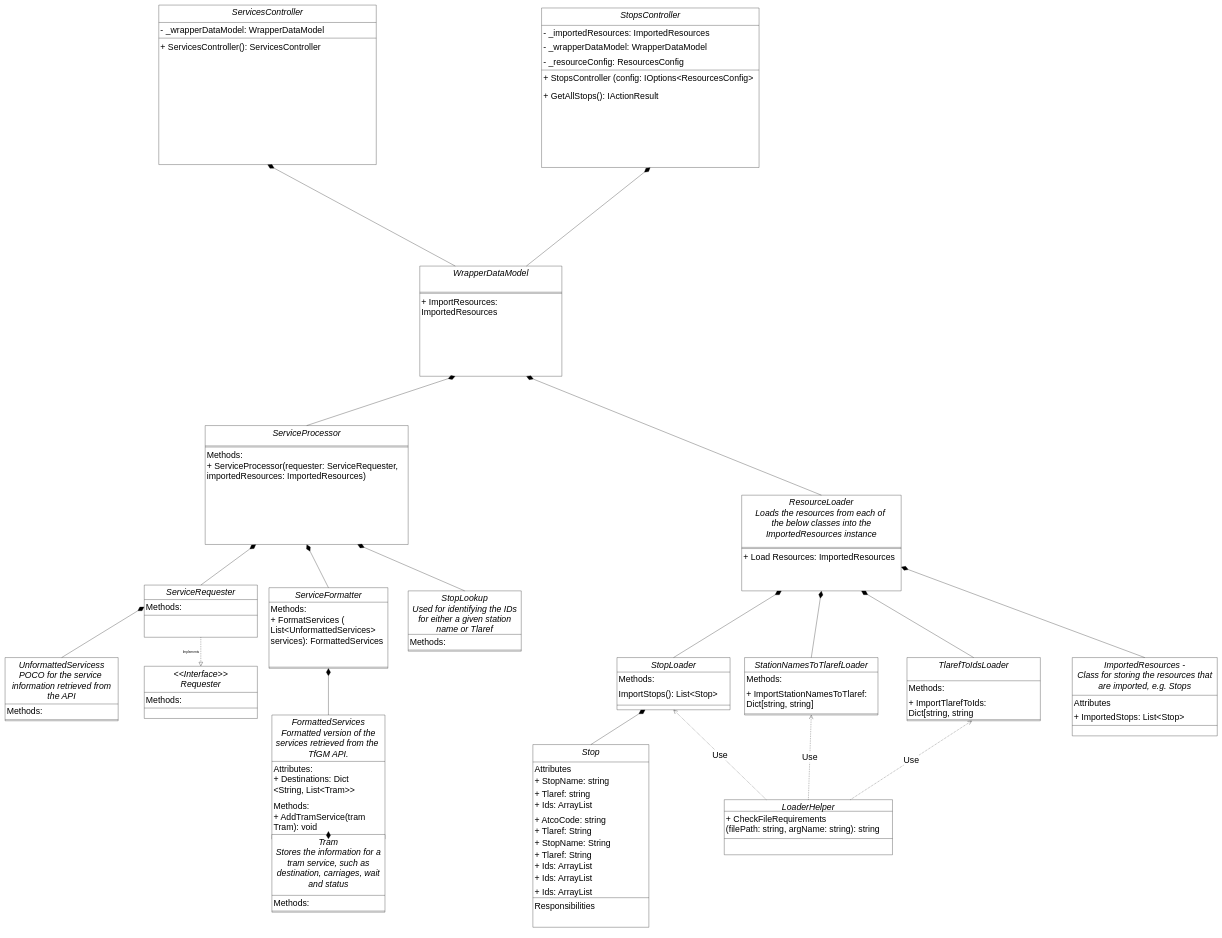
Above: Documentation/TfGM-API-Wrapper.drawio in dave-t-c/TfGM-API-Wrapper (draw.io), before the change. Source tidied: cells renumbered, new cells numbered last; positions are measured from the earlier drawing's top-left corner, leaving out a move shared by most shapes. Both pictures are drawn from the tidied source at 29%, with x=0, y=0 at pixel (5, 5).
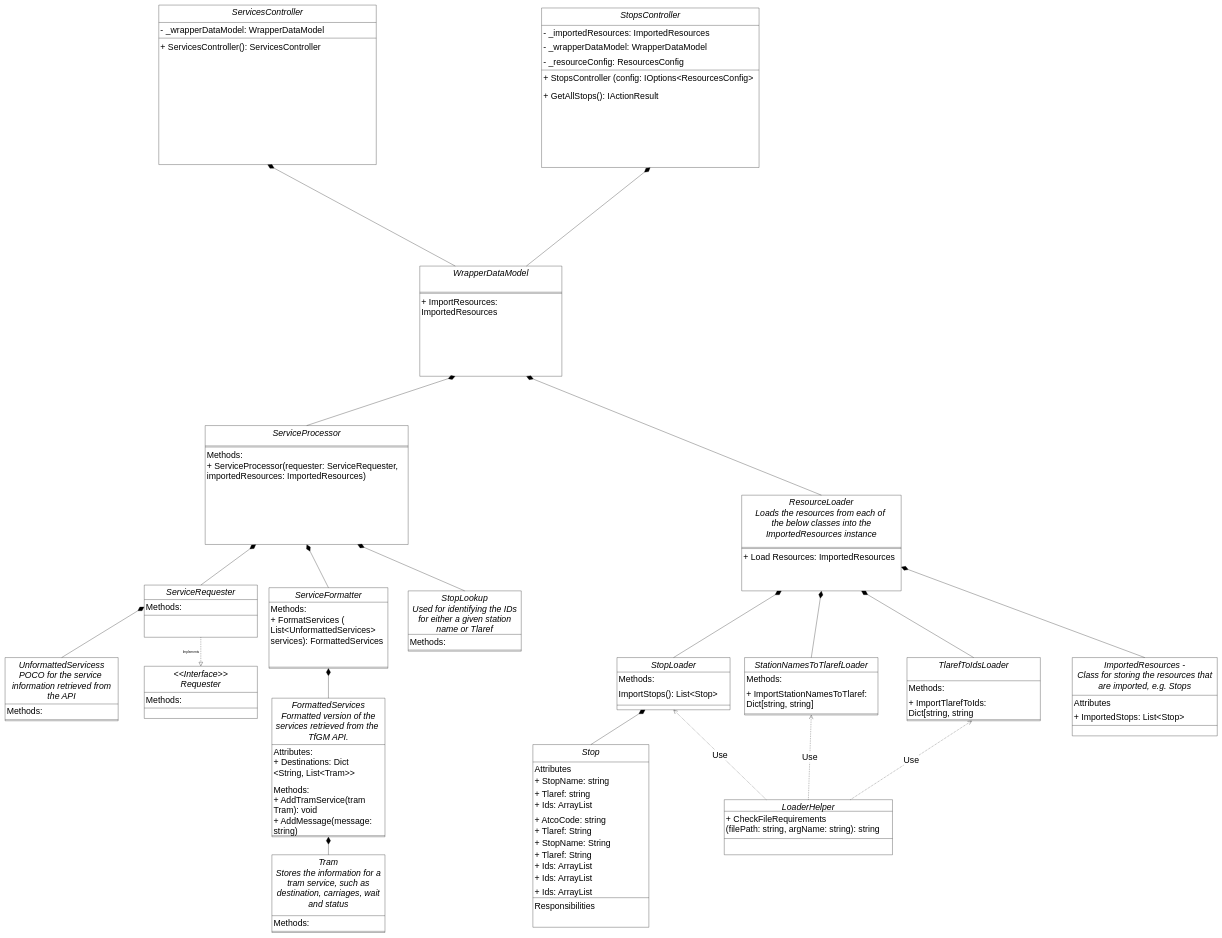
After the change.

Commit message:
Add 'AddMessage' method to Formatted Services.

This will be used to add a message to the formatted services.

Diff of the diagram source:
```diff
@@
     <mxCell id="73" value="FormattedServices&#10;Formatted version of the&#10;services retrieved from the &#10;TfGM API." style="swimlane;fontStyle=2;align=center;verticalAlign=top;horizontal=1;startSize=160;rounded=0;shadow=0;strokeWidth=1;fontSize=30;" parent="1" vertex="1">
-      <mxGeometry x="920" y="2448" width="390" height="428" as="geometry" />
+      <mxGeometry x="920" y="2390" width="390" height="478" as="geometry" />
     </mxCell>
@@
-    <mxCell id="75" value="Methods:&#10;+ AddTramService(tram &#10;Tram): void&#10;" style="text;align=left;verticalAlign=top;spacingLeft=4;spacingRight=4;overflow=hidden;fontSize=30;" parent="73" vertex="1">
-      <mxGeometry y="290" width="390" height="130" as="geometry" />
+    <mxCell id="75" value="Methods:&#10;+ AddTramService(tram &#10;Tram): void&#10;+ AddMessage(message: &#10;string)&#10;" style="text;align=left;verticalAlign=top;spacingLeft=4;spacingRight=4;overflow=hidden;fontSize=30;" parent="73" vertex="1">
+      <mxGeometry y="290" width="390" height="180" as="geometry" />
     </mxCell>
     <mxCell id="76" style="line;html=1;strokeWidth=1;align=left;verticalAlign=middle;spacingTop=-1;spacingLeft=3;spacingRight=3;labelPosition=right;fontSize=30;" parent="73" vertex="1">
-      <mxGeometry y="420" width="390" height="8" as="geometry" />
+      <mxGeometry y="470" width="390" height="8" as="geometry" />
     </mxCell>
@@
     <mxCell id="93" value="Tram&#10;Stores the information for a&#10;tram service, such as&#10;destination, carriages, wait &#10;and status" style="swimlane;fontStyle=2;align=center;verticalAlign=top;horizontal=1;startSize=210;rounded=0;shadow=0;strokeWidth=1;fontSize=30;" parent="1" vertex="1">
-      <mxGeometry x="920" y="2860" width="390" height="268" as="geometry" />
+      <mxGeometry x="920" y="2930" width="390" height="268" as="geometry" />
     </mxCell>
```
